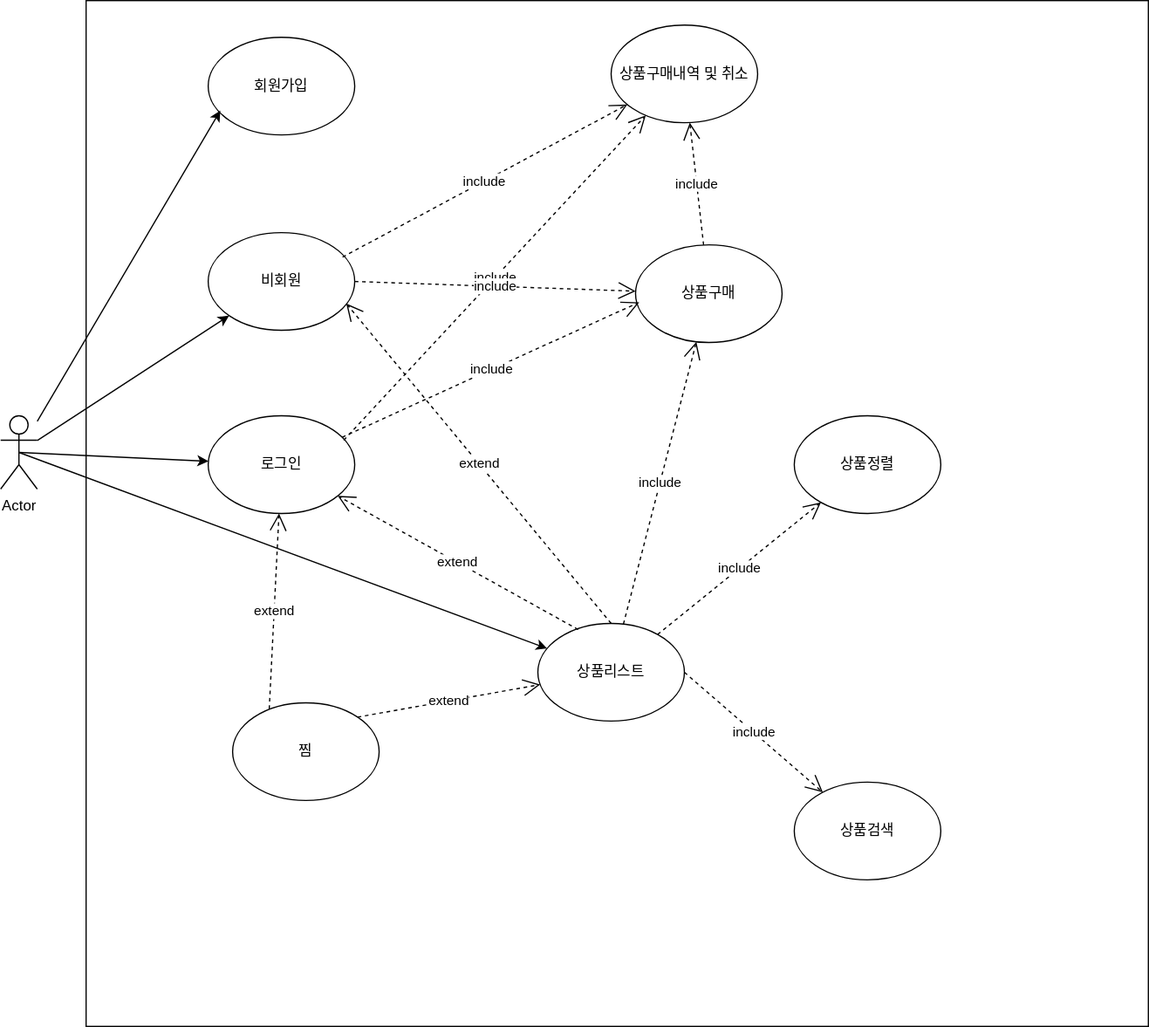
This is 제목 없는 다이어그램.drawio.svg from pjw0808/portfolio, a draw.io export, as it was before one commit. Source tidied: cells renumbered, new cells last; positions are measured from the earlier drawing's top-left corner, leaving out a move shared by most shapes.
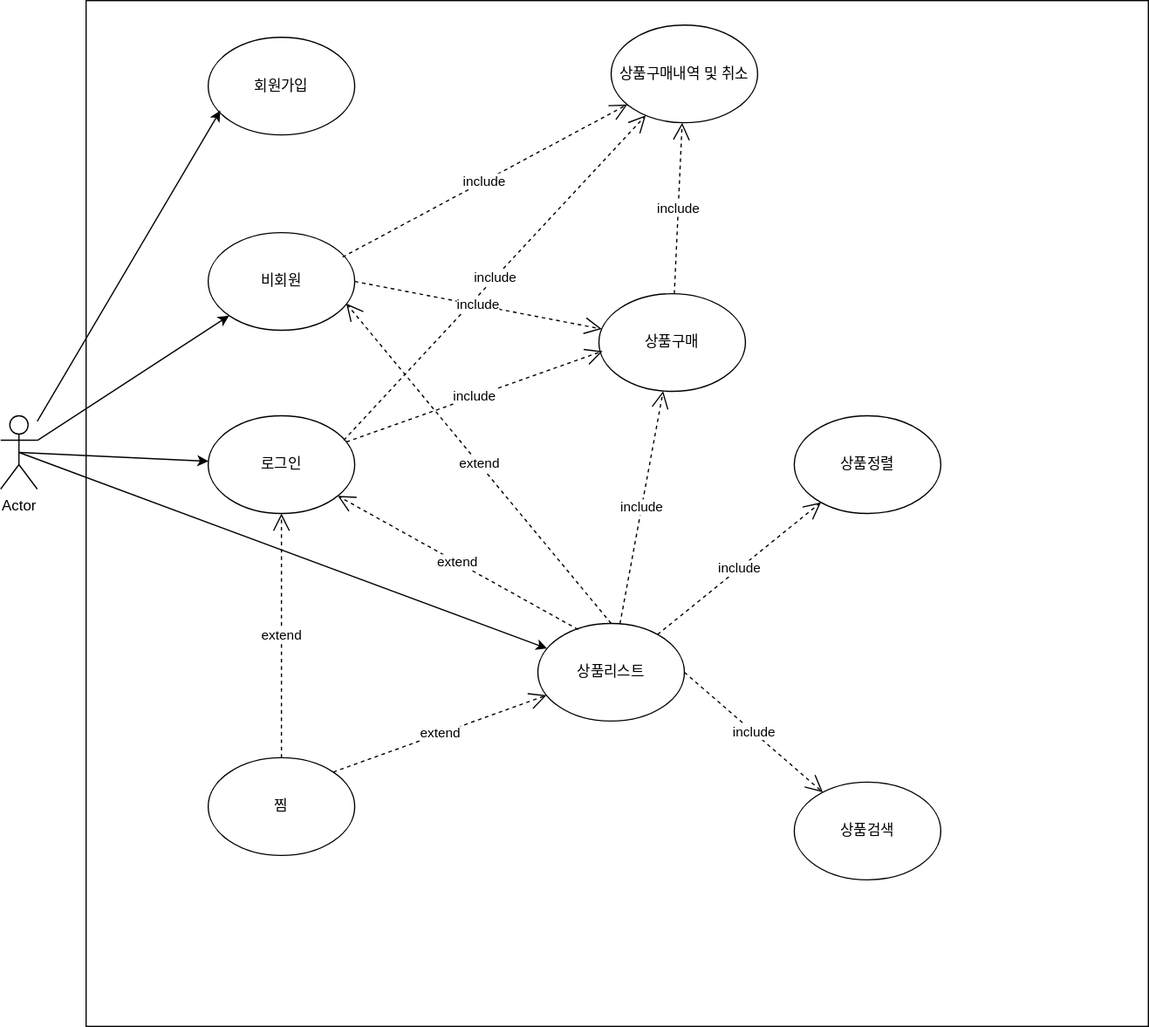
The same diagram one commit later.

Commit message:
제목 없는 다이어그램.drawio.svg 업데이트

Diff of the diagram source:
```diff
@@ -33,7 +33,7 @@
       <mxGeometry relative="1" as="geometry" />
     </mxCell>
     <mxCell id="12" value="상품구매" style="ellipse;whiteSpace=wrap;html=1;" parent="1" vertex="1">
-      <mxGeometry x="520" y="200" width="120" height="80" as="geometry" />
+      <mxGeometry x="490" y="240" width="120" height="80" as="geometry" />
     </mxCell>
     <mxCell id="13" value="include" style="endArrow=open;endSize=12;dashed=1;html=1;rounded=0;" parent="1" edge="1" source="8" target="12">
       <mxGeometry relative="1" as="geometry" />
@@ -75,12 +75,10 @@
       <mxGeometry relative="1" as="geometry" />
     </mxCell>
     <mxCell id="26" value="찜" style="ellipse;whiteSpace=wrap;html=1;" parent="1" vertex="1">
-      <mxGeometry x="190" y="575" width="120" height="80" as="geometry" />
+      <mxGeometry x="170" y="620" width="120" height="80" as="geometry" />
     </mxCell>
-    <mxCell id="27" value="extend" style="endArrow=open;endSize=12;dashed=1;html=1;rounded=0;" parent="1" edge="1" target="3">
-      <mxGeometry relative="1" as="geometry">
-        <mxPoint x="220" y="580" as="sourcePoint" />
-      </mxGeometry>
+    <mxCell id="27" value="extend" style="endArrow=open;endSize=12;dashed=1;html=1;rounded=0;" parent="1" edge="1" source="26" target="3">
+      <mxGeometry relative="1" as="geometry" />
     </mxCell>
     <mxCell id="28" value="extend" style="endArrow=open;endSize=12;dashed=1;html=1;rounded=0;exitX=1;exitY=0;exitDx=0;exitDy=0;" parent="1" edge="1" source="26" target="8">
       <mxGeometry relative="1" as="geometry" />
```
